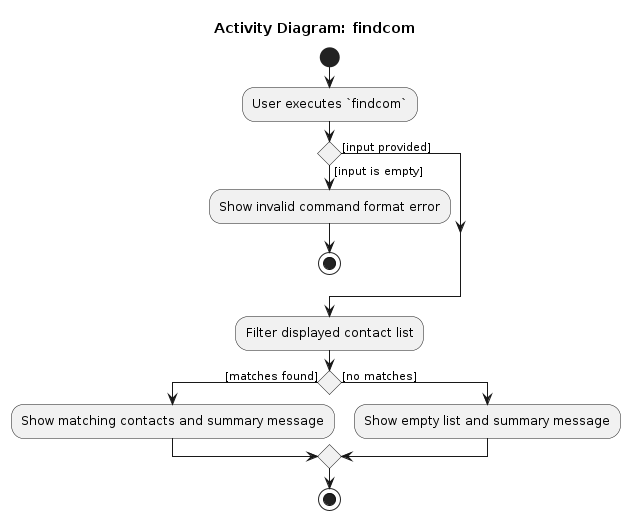
The PlantUML diagram diagrams/company/FindComActivityDiagram.png in AY2526S2-CS2103-T11-1/tp, before a commit. Its source is kept beside it as diagrams/company/FindComActivityDiagram.puml.
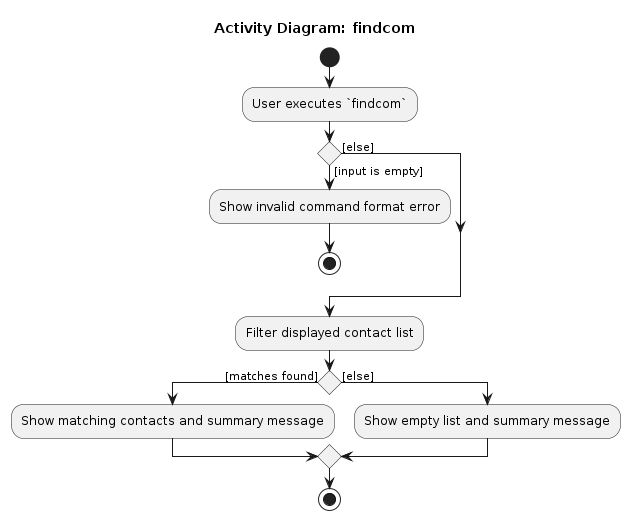
Later version of the same file.

Change to the diagram source:
```diff
@@ -8,14 +8,14 @@
 if () then ([input is empty])
     :Show invalid command format error;
     stop
-else ([input provided])
+else ([else])
 endif
 
 :Filter displayed contact list;
 
 if () then ([matches found])
     :Show matching contacts and summary message;
-else ([no matches])
+else ([else])
     :Show empty list and summary message;
 endif
 
```
